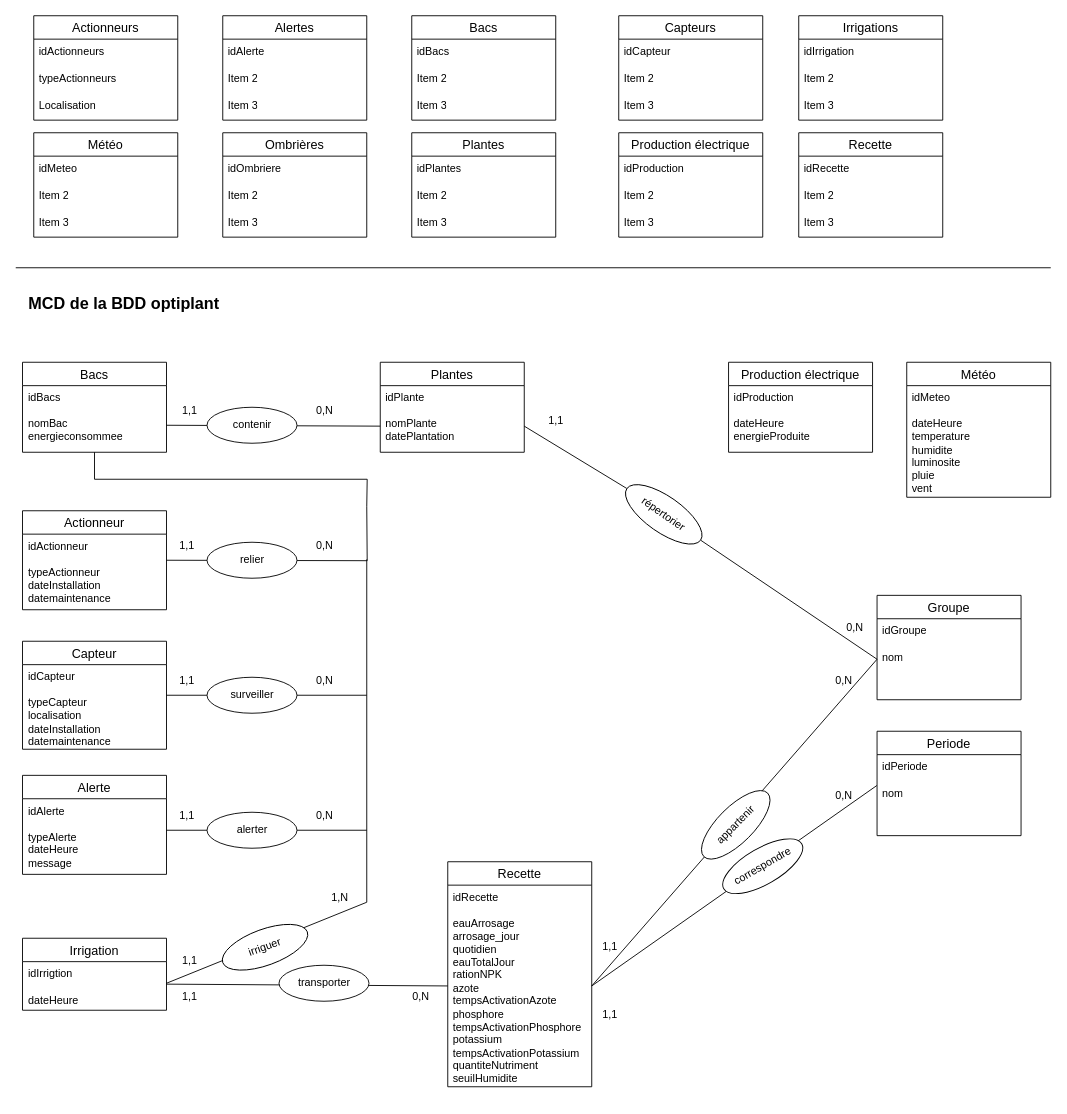
Before: MCD.drawio in SAE601/BDD, a draw.io diagram. Source tidied: cells renumbered, new cells numbered last; positions are measured from the earlier drawing's top-left corner, leaving out a move shared by most shapes. Both pictures are drawn from the tidied source at 90%, with x=0, y=0 at pixel (15, 15).
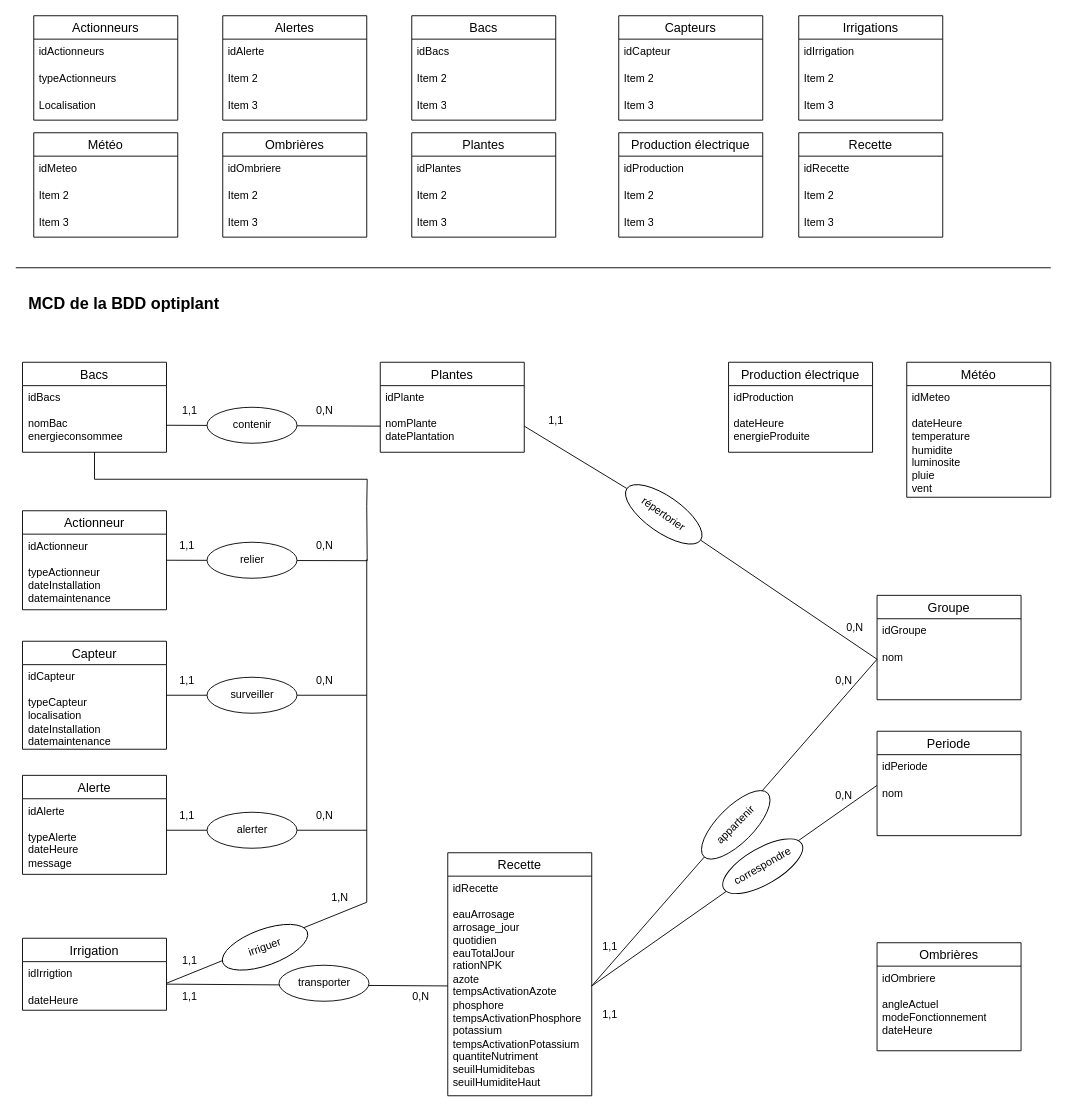
The same page after the edit.

Change to the diagram source:
```diff
@@
     <mxCell id="94" value="Recette" style="swimlane;fontStyle=0;horizontal=1;startSize=26;align=center;fontSize=14;" parent="1" vertex="1">
-      <mxGeometry x="480" y="940" width="160" height="250" as="geometry" />
+      <mxGeometry x="480" y="930" width="160" height="270" as="geometry" />
     </mxCell>
-    <mxCell id="95" value="&lt;div&gt;idRecette&lt;br&gt;&lt;/div&gt;&lt;div&gt;&lt;br&gt;&lt;/div&gt;&lt;div&gt;eauArrosage&lt;/div&gt;&lt;div&gt;&lt;div&gt;arrosage_jour&lt;/div&gt;&lt;div&gt;quotidien&lt;/div&gt;&lt;div&gt;eauTotalJour&lt;/div&gt;&lt;div&gt;&lt;span style=&quot;font-weight: normal;&quot;&gt;rationNPK&lt;/span&gt;&lt;br&gt;azote&lt;br&gt;tempsActivationAzote&lt;br&gt;phosphore&lt;br&gt;tempsActivationPhosphore&lt;br&gt;potassium&lt;/div&gt;&lt;div&gt;tempsActivationPotassium&lt;br&gt;quantiteNutriment&lt;br&gt;seuilHumidite&lt;br&gt;&lt;br&gt;&lt;br&gt;&lt;table class=&quot;table table-striped table-hover table-sm table_results data ajax w-auto&quot;&gt;&lt;thead&gt;&lt;tr&gt;&lt;th class=&quot;draggable position-sticky text-end&quot;&gt;&lt;span style=&quot;font-weight: normal;&quot;&gt;&lt;br&gt;        &lt;br&gt;  &lt;/span&gt;&lt;/th&gt;  &lt;th class=&quot;draggable position-sticky text-end&quot;&gt;&lt;br&gt;&lt;br&gt;        &lt;br&gt;  &lt;/th&gt;  &lt;th class=&quot;draggable position-sticky text-end&quot;&gt;&lt;br&gt;&lt;br&gt;        &lt;br&gt;  &lt;/th&gt;  &lt;th class=&quot;draggable position-sticky text-end&quot;&gt;&lt;br&gt;&lt;br&gt;        &lt;br&gt;  &lt;/th&gt;  &lt;th class=&quot;draggable position-sticky text-end&quot;&gt;&lt;br&gt;&lt;br&gt;        &lt;br&gt;  &lt;/th&gt;  &lt;th class=&quot;draggable position-sticky text-end&quot;&gt;&lt;br&gt;&lt;br&gt;        &lt;br&gt;  &lt;/th&gt;  &lt;th class=&quot;draggable position-sticky text-end&quot;&gt;&lt;br&gt;&lt;br&gt;        &lt;br&gt;  &lt;/th&gt;  &lt;th class=&quot;draggable position-sticky text-end&quot;&gt;&lt;br&gt;&lt;br&gt;        &lt;br&gt;  &lt;/th&gt;  &lt;th class=&quot;draggable position-sticky text-end&quot;&gt;&lt;br&gt;&lt;br&gt;        &lt;br&gt;  &lt;/th&gt;      &lt;td colspan=&quot;4&quot; class=&quot;d-print-none&quot;&gt;&lt;br&gt;&lt;/td&gt;&lt;/tr&gt;&lt;/thead&gt;&lt;/table&gt;&lt;/div&gt;&lt;/div&gt;&lt;div&gt;&lt;br&gt;&lt;/div&gt;" style="text;strokeColor=none;fillColor=none;spacingLeft=4;spacingRight=4;overflow=hidden;points=[[0,0.5],[1,0.5]];portConstraint=eastwest;fontSize=12;whiteSpace=wrap;html=1;" parent="94" vertex="1">
-      <mxGeometry y="26" width="160" height="224" as="geometry" />
+    <mxCell id="95" value="&lt;div&gt;idRecette&lt;br&gt;&lt;/div&gt;&lt;div&gt;&lt;br&gt;&lt;/div&gt;&lt;div&gt;eauArrosage&lt;/div&gt;&lt;div&gt;&lt;div&gt;arrosage_jour&lt;/div&gt;&lt;div&gt;quotidien&lt;/div&gt;&lt;div&gt;eauTotalJour&lt;/div&gt;&lt;div&gt;&lt;span style=&quot;font-weight: normal;&quot;&gt;rationNPK&lt;/span&gt;&lt;br&gt;azote&lt;br&gt;tempsActivationAzote&lt;br&gt;phosphore&lt;br&gt;tempsActivationPhosphore&lt;br&gt;potassium&lt;/div&gt;&lt;div&gt;tempsActivationPotassium&lt;br&gt;quantiteNutriment&lt;br&gt;seuilHumiditebas&lt;/div&gt;&lt;div&gt;seuilHumiditeHaut&lt;br&gt;&lt;br&gt;&lt;table class=&quot;table table-striped table-hover table-sm table_results data ajax w-auto&quot;&gt;&lt;thead&gt;&lt;tr&gt;&lt;th class=&quot;draggable position-sticky text-end&quot;&gt;&lt;span style=&quot;font-weight: normal;&quot;&gt;&lt;br&gt;        &lt;br&gt;  &lt;/span&gt;&lt;/th&gt;  &lt;th class=&quot;draggable position-sticky text-end&quot;&gt;&lt;br&gt;&lt;br&gt;        &lt;br&gt;  &lt;/th&gt;  &lt;th class=&quot;draggable position-sticky text-end&quot;&gt;&lt;br&gt;&lt;br&gt;        &lt;br&gt;  &lt;/th&gt;  &lt;th class=&quot;draggable position-sticky text-end&quot;&gt;&lt;br&gt;&lt;br&gt;        &lt;br&gt;  &lt;/th&gt;  &lt;th class=&quot;draggable position-sticky text-end&quot;&gt;&lt;br&gt;&lt;br&gt;        &lt;br&gt;  &lt;/th&gt;  &lt;th class=&quot;draggable position-sticky text-end&quot;&gt;&lt;br&gt;&lt;br&gt;        &lt;br&gt;  &lt;/th&gt;  &lt;th class=&quot;draggable position-sticky text-end&quot;&gt;&lt;br&gt;&lt;br&gt;        &lt;br&gt;  &lt;/th&gt;  &lt;th class=&quot;draggable position-sticky text-end&quot;&gt;&lt;br&gt;&lt;br&gt;        &lt;br&gt;  &lt;/th&gt;  &lt;th class=&quot;draggable position-sticky text-end&quot;&gt;&lt;br&gt;&lt;br&gt;        &lt;br&gt;  &lt;/th&gt;      &lt;td colspan=&quot;4&quot; class=&quot;d-print-none&quot;&gt;&lt;br&gt;&lt;/td&gt;&lt;/tr&gt;&lt;/thead&gt;&lt;/table&gt;&lt;/div&gt;&lt;/div&gt;&lt;div&gt;&lt;br&gt;&lt;/div&gt;" style="text;strokeColor=none;fillColor=none;spacingLeft=4;spacingRight=4;overflow=hidden;points=[[0,0.5],[1,0.5]];portConstraint=eastwest;fontSize=12;whiteSpace=wrap;html=1;" parent="94" vertex="1">
+      <mxGeometry y="26" width="160" height="244" as="geometry" />
     </mxCell>
@@
+    <mxCell id="111" value="Ombrières" style="swimlane;fontStyle=0;horizontal=1;startSize=26;align=center;fontSize=14;" parent="1" vertex="1">
+      <mxGeometry x="957" y="1030" width="160" height="120" as="geometry" />
+    </mxCell>
+    <mxCell id="112" value="&lt;div&gt;idOmbriere&lt;/div&gt;&lt;div&gt;&lt;br&gt;&lt;/div&gt;&lt;div&gt;angleActuel&lt;/div&gt;&lt;div&gt;modeFonctionnement&lt;/div&gt;&lt;div&gt;dateHeure&lt;br&gt;&lt;/div&gt;" style="text;strokeColor=none;fillColor=none;spacingLeft=4;spacingRight=4;overflow=hidden;fontSize=12;whiteSpace=wrap;html=1;" parent="111" vertex="1">
+      <mxGeometry y="26" width="160" height="94" as="geometry" />
+    </mxCell>
```
